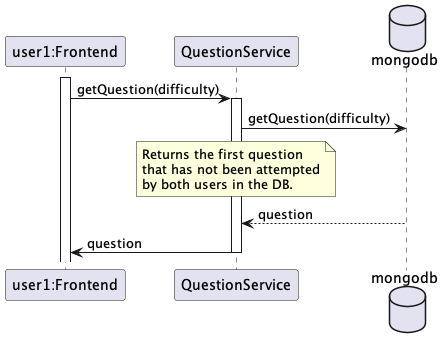
Before: out/diagrams/sequence-diagrams/question-get/matching-disconnect.png, a diagram exported from PlantUML (CS3219-AY2223S1/cs3219-project-ay2223s1-g7). The source it was exported from:
```plantuml
@startuml matching-disconnect

participant "user1:Frontend" as user1
participant QuestionService
database mongodb

activate user1
user1 -> QuestionService: getQuestion(difficulty)
activate QuestionService


QuestionService -> mongodb: getQuestion(difficulty)

note over QuestionService
    Returns the first question
    that has not been attempted
    by both users in the DB.
end note

mongodb --> QuestionService: question



QuestionService -> user1: question


deactivate QuestionService

@enduml
```
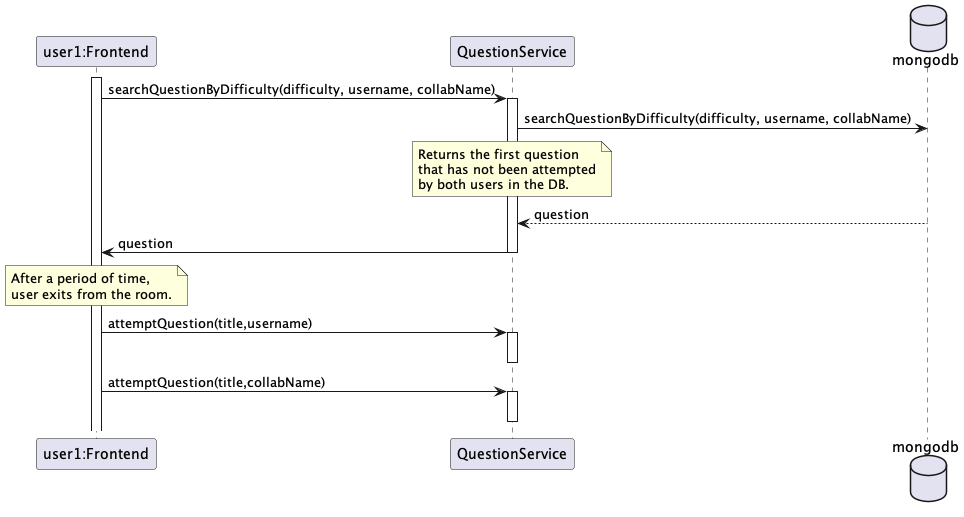
The same file after the commit.

Commit message:
uml diagrams

Change to the diagram source:
```diff
@@ -5,11 +5,11 @@
 database mongodb
 
 activate user1
-user1 -> QuestionService: getQuestion(difficulty)
+user1 -> QuestionService: searchQuestionByDifficulty(difficulty, username, collabName)
 activate QuestionService
 
 
-QuestionService -> mongodb: getQuestion(difficulty)
+QuestionService -> mongodb: searchQuestionByDifficulty(difficulty, username, collabName)
 
 note over QuestionService
     Returns the first question
@@ -19,11 +19,22 @@
 
 mongodb --> QuestionService: question
 
-
-
 QuestionService -> user1: question
-
 
 deactivate QuestionService
 
+
+note over user1
+    After a period of time,
+    user exits from the room.
+end note
+
+user1 -> QuestionService: attemptQuestion(title,username)
+activate QuestionService
+deactivate QuestionService
+user1 -> QuestionService: attemptQuestion(title,collabName)
+activate QuestionService
+deactivate QuestionService
+
+
 @enduml
```
